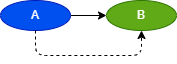
This is Language/png/Seq10.dio.png from DualsoftDev/ds, a draw.io export, as it was before one commit. Source tidied: cells renumbered, new cells last; positions are measured from the earlier drawing's top-left corner, leaving out a move shared by most shapes. Its diagram source:
```xml
<mxGraphModel>
  <root>
    <mxCell id="0" />
    <mxCell id="1" parent="0" />
    <mxCell id="2" style="edgeStyle=none;html=1;exitX=1;exitY=0.5;exitDx=0;exitDy=0;entryX=0;entryY=0.5;entryDx=0;entryDy=0;" parent="1" edge="1" source="3" target="5">
      <mxGeometry relative="1" as="geometry" />
    </mxCell>
    <mxCell id="3" value="A" style="ellipse;whiteSpace=wrap;html=1;fillColor=#0050ef;fontColor=#ffffff;strokeColor=#001DBC;" parent="1" vertex="1">
      <mxGeometry width="70" height="30" as="geometry" />
    </mxCell>
    <mxCell id="4" style="edgeStyle=orthogonalEdgeStyle;html=1;exitX=0.5;exitY=1;exitDx=0;exitDy=0;entryX=0.5;entryY=1;entryDx=0;entryDy=0;dashed=1;" parent="1" edge="1" source="3" target="5">
      <mxGeometry relative="1" as="geometry">
        <Array as="points">
          <mxPoint x="35" y="55" />
          <mxPoint x="141" y="55" />
        </Array>
      </mxGeometry>
    </mxCell>
    <mxCell id="5" value="B" style="ellipse;whiteSpace=wrap;html=1;fillColor=#60a917;fontColor=#ffffff;strokeColor=#2D7600;" parent="1" vertex="1">
      <mxGeometry x="106" width="70" height="30" as="geometry" />
    </mxCell>
  </root>
</mxGraphModel>
```
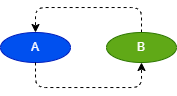
Later version of the same file.

What changed in the source:
```diff
@@ -2,9 +2,6 @@
   <root>
     <mxCell id="0" />
     <mxCell id="1" parent="0" />
-    <mxCell id="2" style="edgeStyle=none;html=1;exitX=1;exitY=0.5;exitDx=0;exitDy=0;entryX=0;entryY=0.5;entryDx=0;entryDy=0;" parent="1" edge="1" source="3" target="5">
-      <mxGeometry relative="1" as="geometry" />
-    </mxCell>
     <mxCell id="3" value="A" style="ellipse;whiteSpace=wrap;html=1;fillColor=#0050ef;fontColor=#ffffff;strokeColor=#001DBC;" parent="1" vertex="1">
       <mxGeometry width="70" height="30" as="geometry" />
     </mxCell>
@@ -16,6 +13,14 @@
         </Array>
       </mxGeometry>
     </mxCell>
+    <mxCell id="6" style="edgeStyle=orthogonalEdgeStyle;html=1;exitX=0.5;exitY=0;exitDx=0;exitDy=0;entryX=0.5;entryY=0;entryDx=0;entryDy=0;dashed=1;" parent="1" edge="1" source="5" target="3">
+      <mxGeometry relative="1" as="geometry">
+        <Array as="points">
+          <mxPoint x="141" y="-25" />
+          <mxPoint x="35" y="-25" />
+        </Array>
+      </mxGeometry>
+    </mxCell>
     <mxCell id="5" value="B" style="ellipse;whiteSpace=wrap;html=1;fillColor=#60a917;fontColor=#ffffff;strokeColor=#2D7600;" parent="1" vertex="1">
       <mxGeometry x="106" width="70" height="30" as="geometry" />
     </mxCell>
```
